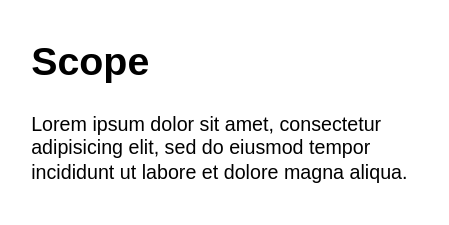
Earlier version of the draw.io diagram page "Project Brief" (1 of 6) of Documents/Diagram.drawio (XCR1793/SeedboxCNC). Source tidied: cells renumbered, new cells numbered last; positions are measured from the earlier drawing's top-left corner, leaving out a move shared by most shapes. Both pictures are drawn from the tidied source at 164%, with x=0, y=0 at pixel (28, 28).
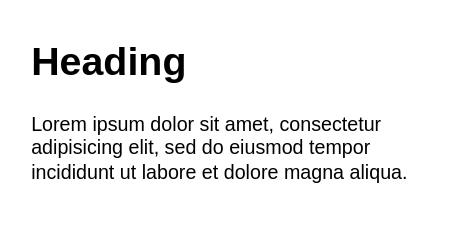
After the change.

Change to the diagram source:
```diff
@@
 <mxGraphModel>
   <root>
     <mxCell id="0" />
     <mxCell id="1" parent="0" />
-    <mxCell id="2" value="&lt;h1 style=&quot;margin-top: 0px;&quot;&gt;Scope&lt;/h1&gt;&lt;p&gt;Lorem ipsum dolor sit amet, consectetur adipisicing elit, sed do eiusmod tempor incididunt ut labore et dolore magna aliqua.&lt;/p&gt;" style="text;html=1;whiteSpace=wrap;overflow=hidden;rounded=0;" parent="1" vertex="1">
-      <mxGeometry width="240" height="100" as="geometry" />
-    </mxCell>
+    <mxCell id="3" value="&lt;h1 style=&quot;margin-top: 0px;&quot;&gt;Heading&lt;/h1&gt;&lt;p&gt;Lorem ipsum dolor sit amet, consectetur adipisicing elit, sed do eiusmod tempor incididunt ut labore et dolore magna aliqua.&lt;/p&gt;" style="text;html=1;whiteSpace=wrap;overflow=hidden;rounded=0;" parent="1" vertex="1">
+      <mxGeometry width="240" height="100" as="geometry" />
+    </mxCell>
   </root>
 </mxGraphModel>
```
